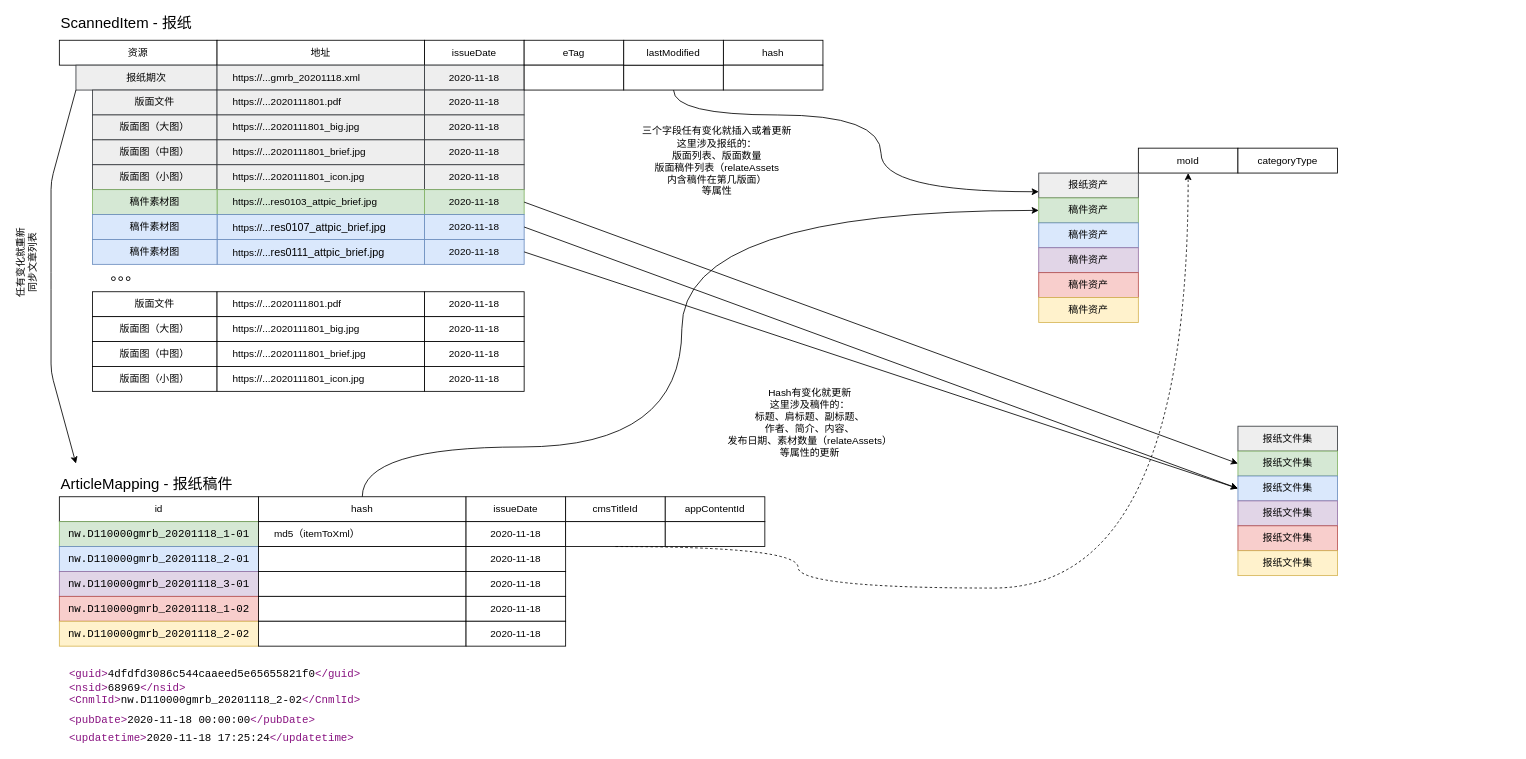
The draw.io diagram Untitled Diagram.drawio in soonwait/tttt, before the edit. Source tidied: cells renumbered, new cells numbered last; positions are measured from the earlier drawing's top-left corner, leaving out a move shared by most shapes. Both pictures are drawn from the tidied source at 83%, with x=0, y=0 at pixel (51, 15).
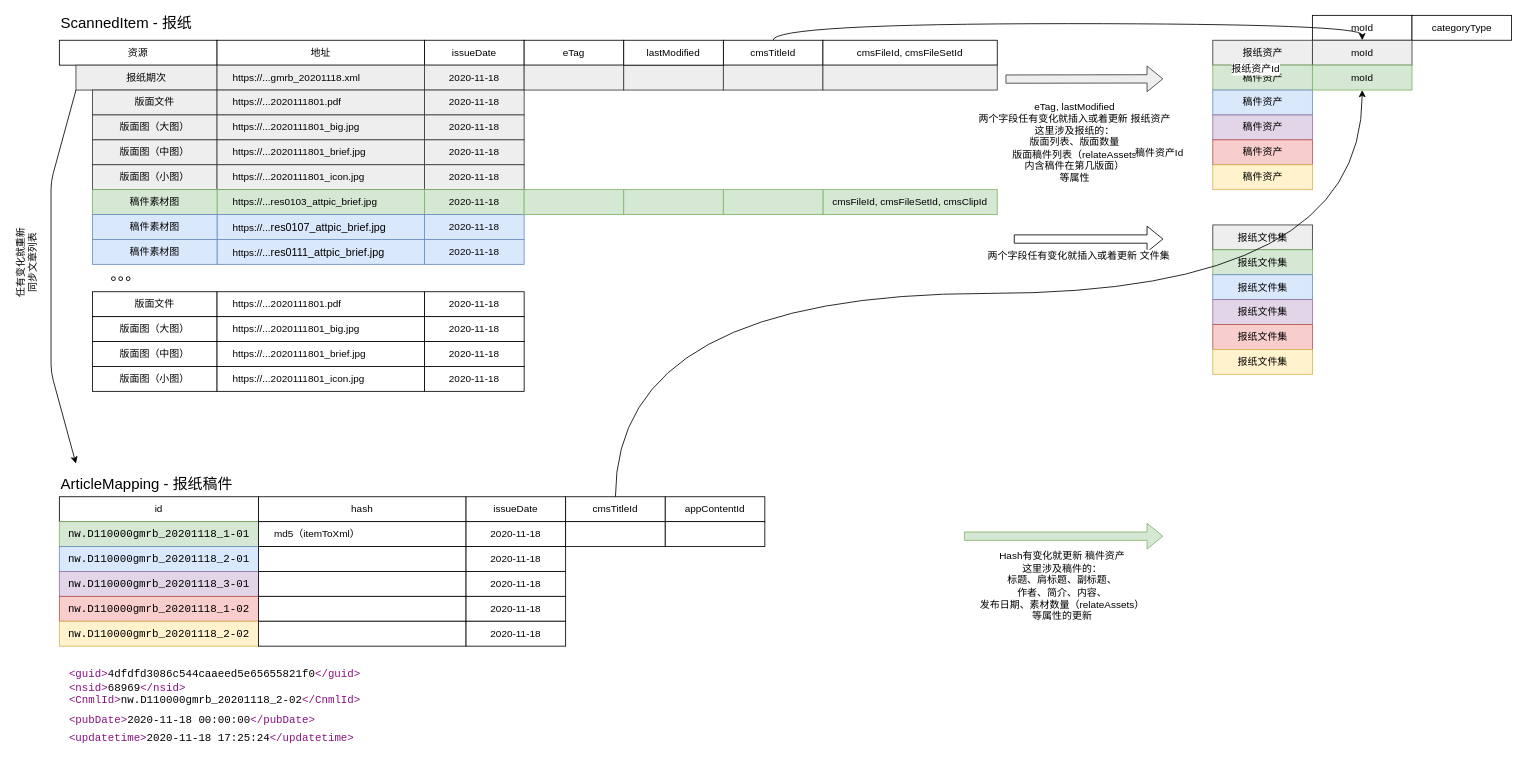
The same page after the edit.

The change refers to these unchanged cells:
```xml
<mxCell id="37" value="hash" style="rounded=0;whiteSpace=wrap;html=1;" parent="1" vertex="1">
  <mxGeometry x="250" y="580" width="250" height="30" as="geometry" />
</mxCell>
<mxCell id="49" value="cmsTitleId" style="rounded=0;whiteSpace=wrap;html=1;fontFamily=Helvetica;fontSize=12;align=center;" parent="1" vertex="1">
  <mxGeometry x="620" y="580" width="120" height="30" as="geometry" />
</mxCell>
<mxCell id="51" style="rounded=0;whiteSpace=wrap;html=1;fontFamily=Helvetica;fontSize=12;align=center;" parent="1" vertex="1">
  <mxGeometry x="620" y="610" width="120" height="30" as="geometry" />
</mxCell>
<mxCell id="73" value="2020-11-18" style="rounded=0;whiteSpace=wrap;html=1;fontFamily=Helvetica;fontSize=12;align=center;labelBackgroundColor=none;fillColor=#d5e8d4;strokeColor=#82b366;" parent="1" vertex="1">
  <mxGeometry x="450" y="210" width="120" height="30" as="geometry" />
</mxCell>
<mxCell id="78" value="2020-11-18" style="rounded=0;whiteSpace=wrap;html=1;fontFamily=Helvetica;fontSize=12;align=center;fillColor=#dae8fc;strokeColor=#6c8ebf;" parent="1" vertex="1">
  <mxGeometry x="450" y="240" width="120" height="30" as="geometry" />
</mxCell>
<mxCell id="79" value="2020-11-18" style="rounded=0;whiteSpace=wrap;html=1;fontFamily=Helvetica;fontSize=12;align=center;fillColor=#dae8fc;strokeColor=#6c8ebf;" parent="1" vertex="1">
  <mxGeometry x="450" y="270" width="120" height="30" as="geometry" />
</mxCell>
```

Change to the diagram source:
```diff
@@
-    <mxCell id="21" value="hash" style="rounded=0;whiteSpace=wrap;html=1;fontFamily=Helvetica;fontSize=12;align=center;" parent="1" vertex="1">
+    <mxCell id="21" value="cmsTitleId" style="rounded=0;whiteSpace=wrap;html=1;fontFamily=Helvetica;fontSize=12;align=center;" parent="1" vertex="1">
       <mxGeometry x="810" y="30" width="120" height="30" as="geometry" />
     </mxCell>
     <mxCell id="22" value="moId" style="rounded=0;whiteSpace=wrap;html=1;fontFamily=Helvetica;fontSize=12;align=center;" parent="1" vertex="1">
-      <mxGeometry x="1310" y="160" width="120" height="30" as="geometry" />
+      <mxGeometry x="1519.7" width="120" height="30" as="geometry" />
     </mxCell>
     <mxCell id="23" value="报纸资产" style="rounded=0;whiteSpace=wrap;html=1;fontFamily=Helvetica;fontSize=12;align=center;fillColor=#eeeeee;strokeColor=#36393d;" parent="1" vertex="1">
-      <mxGeometry x="1190" y="190" width="120" height="30" as="geometry" />
+      <mxGeometry x="1399.7" y="30" width="120" height="30" as="geometry" />
     </mxCell>
     <mxCell id="24" value="categoryType" style="rounded=0;whiteSpace=wrap;html=1;fontFamily=Helvetica;fontSize=12;align=center;" parent="1" vertex="1">
-      <mxGeometry x="1430" y="160" width="120" height="30" as="geometry" />
+      <mxGeometry x="1639.7" width="120" height="30" as="geometry" />
     </mxCell>
-    <mxCell id="25" style="rounded=0;whiteSpace=wrap;html=1;fontFamily=Helvetica;fontSize=12;align=center;" parent="1" vertex="1">
+    <mxCell id="25" style="rounded=0;whiteSpace=wrap;html=1;fontFamily=Helvetica;fontSize=12;align=center;fillColor=#eeeeee;strokeColor=#36393d;" parent="1" vertex="1">
       <mxGeometry x="570" y="60" width="120" height="30" as="geometry" />
     </mxCell>
-    <mxCell id="26" style="edgeStyle=orthogonalEdgeStyle;rounded=0;jettySize=auto;html=1;entryX=0;entryY=0.75;entryDx=0;entryDy=0;fontFamily=Helvetica;fontSize=12;curved=1;" parent="1" edge="1" source="28" target="23">
-      <mxGeometry relative="1" as="geometry">
-        <Array as="points">
-          <mxPoint x="750" y="120" />
-          <mxPoint x="1000" y="120" />
-        </Array>
-      </mxGeometry>
-    </mxCell>
-    <mxCell id="27" value="三个字段任有变化就插入或着更新&lt;br&gt;这里涉及报纸的：&lt;br&gt;版面列表、版面数量&lt;br&gt;版面稿件列表（relateAssets&lt;br&gt;内含稿件在第几版面）&lt;br&gt;等属性" style="edgeLabel;html=1;align=center;verticalAlign=middle;fontSize=12;fontFamily=Helvetica;" parent="26" vertex="1">
-      <mxGeometry x="-0.24" y="-1" relative="1" as="geometry">
-        <mxPoint x="-132.9" y="54" as="offset" />
-      </mxGeometry>
-    </mxCell>
-    <mxCell id="28" style="rounded=0;whiteSpace=wrap;html=1;fontFamily=Helvetica;fontSize=12;align=center;" parent="1" vertex="1">
+    <mxCell id="28" style="rounded=0;whiteSpace=wrap;html=1;fontFamily=Helvetica;fontSize=12;align=center;fillColor=#eeeeee;strokeColor=#36393d;" parent="1" vertex="1">
       <mxGeometry x="690" y="60" width="120" height="30" as="geometry" />
     </mxCell>
     <mxCell id="29" value="报纸文件集" style="rounded=0;whiteSpace=wrap;html=1;fontFamily=Helvetica;fontSize=12;align=center;fillColor=#eeeeee;strokeColor=#36393d;" parent="1" vertex="1">
-      <mxGeometry x="1430" y="495" width="120" height="30" as="geometry" />
+      <mxGeometry x="1399.7" y="252.5" width="120" height="30" as="geometry" />
     </mxCell>
@@
-    <mxCell id="54" style="rounded=0;whiteSpace=wrap;html=1;fontFamily=Helvetica;fontSize=12;align=center;" parent="1" vertex="1">
+    <mxCell id="54" style="rounded=0;whiteSpace=wrap;html=1;fontFamily=Helvetica;fontSize=12;align=center;fillColor=#eeeeee;strokeColor=#36393d;" parent="1" vertex="1">
       <mxGeometry x="810" y="60" width="120" height="30" as="geometry" />
     </mxCell>
@@
     <mxCell id="80" value="稿件资产" style="rounded=0;whiteSpace=wrap;html=1;fontFamily=Helvetica;fontSize=12;align=center;fillColor=#d5e8d4;strokeColor=#82b366;" parent="1" vertex="1">
-      <mxGeometry x="1190" y="220" width="120" height="30" as="geometry" />
+      <mxGeometry x="1399.7" y="60" width="120" height="30" as="geometry" />
     </mxCell>
     <mxCell id="81" value="稿件资产" style="rounded=0;whiteSpace=wrap;html=1;fontFamily=Helvetica;fontSize=12;align=center;fillColor=#dae8fc;strokeColor=#6c8ebf;" parent="1" vertex="1">
-      <mxGeometry x="1190" y="250" width="120" height="30" as="geometry" />
+      <mxGeometry x="1399.7" y="90" width="120" height="30" as="geometry" />
     </mxCell>
     <mxCell id="82" value="稿件资产" style="rounded=0;whiteSpace=wrap;html=1;fontFamily=Helvetica;fontSize=12;align=center;fillColor=#e1d5e7;strokeColor=#9673a6;" parent="1" vertex="1">
-      <mxGeometry x="1190" y="280" width="120" height="30" as="geometry" />
+      <mxGeometry x="1399.7" y="120" width="120" height="30" as="geometry" />
     </mxCell>
     <mxCell id="83" value="稿件资产" style="rounded=0;whiteSpace=wrap;html=1;fontFamily=Helvetica;fontSize=12;align=center;fillColor=#f8cecc;strokeColor=#b85450;" parent="1" vertex="1">
-      <mxGeometry x="1190" y="310" width="120" height="30" as="geometry" />
+      <mxGeometry x="1399.7" y="150" width="120" height="30" as="geometry" />
     </mxCell>
     <mxCell id="84" value="稿件资产" style="rounded=0;whiteSpace=wrap;html=1;fontFamily=Helvetica;fontSize=12;align=center;fillColor=#fff2cc;strokeColor=#d6b656;" parent="1" vertex="1">
-      <mxGeometry x="1190" y="340" width="120" height="30" as="geometry" />
+      <mxGeometry x="1399.7" y="180" width="120" height="30" as="geometry" />
     </mxCell>
-    <mxCell id="85" style="endArrow=classic;html=1;fontFamily=Helvetica;fontSize=12;entryX=0;entryY=0.5;entryDx=0;entryDy=0;exitX=0.5;exitY=0;exitDx=0;exitDy=0;edgeStyle=orthogonalEdgeStyle;curved=1;" parent="1" edge="1" source="37" target="80">
-      <mxGeometry relative="1" as="geometry">
-        <Array as="points">
-          <mxPoint x="375" y="520" />
-          <mxPoint x="760" y="520" />
-          <mxPoint x="760" y="235" />
-        </Array>
-      </mxGeometry>
-    </mxCell>
-    <mxCell id="86" value="Hash有变化就更新&lt;br&gt;这里涉及稿件的：&lt;br&gt;标题、肩标题、副标题、&lt;br&gt;作者、简介、内容、&lt;br&gt;发布日期、素材数量（relateAssets）&lt;br&gt;等属性的更新" style="edgeLabel;align=center;verticalAlign=middle;fontSize=12;fontFamily=Helvetica;html=1;" parent="85" vertex="1">
-      <mxGeometry x="0.5" y="-10" relative="1" as="geometry">
-        <mxPoint x="13.5" y="245" as="offset" />
-      </mxGeometry>
-    </mxCell>
     <mxCell id="87" value="报纸文件集" style="rounded=0;whiteSpace=wrap;html=1;fontFamily=Helvetica;fontSize=12;align=center;fillColor=#d5e8d4;strokeColor=#82b366;" parent="1" vertex="1">
-      <mxGeometry x="1430" y="525" width="120" height="30" as="geometry" />
+      <mxGeometry x="1399.7" y="282.5" width="120" height="30" as="geometry" />
     </mxCell>
     <mxCell id="88" value="报纸文件集" style="rounded=0;whiteSpace=wrap;html=1;fontFamily=Helvetica;fontSize=12;align=center;fillColor=#dae8fc;strokeColor=#6c8ebf;" parent="1" vertex="1">
-      <mxGeometry x="1430" y="555" width="120" height="30" as="geometry" />
+      <mxGeometry x="1399.7" y="312.5" width="120" height="30" as="geometry" />
     </mxCell>
     <mxCell id="89" value="报纸文件集" style="rounded=0;whiteSpace=wrap;html=1;fontFamily=Helvetica;fontSize=12;align=center;fillColor=#e1d5e7;strokeColor=#9673a6;" parent="1" vertex="1">
-      <mxGeometry x="1430" y="585" width="120" height="30" as="geometry" />
+      <mxGeometry x="1399.7" y="342.5" width="120" height="30" as="geometry" />
     </mxCell>
     <mxCell id="90" value="报纸文件集" style="rounded=0;whiteSpace=wrap;html=1;fontFamily=Helvetica;fontSize=12;align=center;fillColor=#f8cecc;strokeColor=#b85450;" parent="1" vertex="1">
-      <mxGeometry x="1430" y="615" width="120" height="30" as="geometry" />
+      <mxGeometry x="1399.7" y="372.5" width="120" height="30" as="geometry" />
     </mxCell>
     <mxCell id="91" value="报纸文件集" style="rounded=0;whiteSpace=wrap;html=1;fontFamily=Helvetica;fontSize=12;align=center;fillColor=#fff2cc;strokeColor=#d6b656;" parent="1" vertex="1">
-      <mxGeometry x="1430" y="645" width="120" height="30" as="geometry" />
+      <mxGeometry x="1399.7" y="402.5" width="120" height="30" as="geometry" />
     </mxCell>
-    <mxCell id="92" style="endArrow=classic;html=1;fontFamily=Helvetica;fontSize=12;entryX=0;entryY=0.5;entryDx=0;entryDy=0;exitX=1;exitY=0.5;exitDx=0;exitDy=0;" parent="1" edge="1" source="73" target="87">
-      <mxGeometry relative="1" as="geometry" />
-    </mxCell>
-    <mxCell id="93" style="endArrow=classic;html=1;fontFamily=Helvetica;fontSize=12;exitX=1;exitY=0.5;exitDx=0;exitDy=0;entryX=0;entryY=0.5;entryDx=0;entryDy=0;" parent="1" edge="1" source="78" target="88">
-      <mxGeometry relative="1" as="geometry" />
-    </mxCell>
-    <mxCell id="94" style="endArrow=classic;html=1;fontFamily=Helvetica;fontSize=12;exitX=1;exitY=0.5;exitDx=0;exitDy=0;entryX=0;entryY=0.5;entryDx=0;entryDy=0;" parent="1" edge="1" source="79" target="88">
-      <mxGeometry relative="1" as="geometry" />
-    </mxCell>
@@
-    <mxCell id="97" style="endArrow=classic;html=1;fontFamily=Helvetica;fontSize=12;exitX=0.5;exitY=1;exitDx=0;exitDy=0;entryX=0.5;entryY=1;entryDx=0;entryDy=0;edgeStyle=orthogonalEdgeStyle;curved=1;dashed=1;" parent="1" edge="1" source="51" target="22">
-      <mxGeometry relative="1" as="geometry">
-        <Array as="points">
-          <mxPoint x="900" y="690" />
-          <mxPoint x="1370" y="690" />
-        </Array>
-      </mxGeometry>
-    </mxCell>
+    <mxCell id="98" style="shape=flexArrow;endArrow=classic;html=1;fontFamily=Helvetica;fontSize=12;fillColor=#d5e8d4;strokeColor=#82b366;" parent="1" edge="1">
+      <mxGeometry relative="1" as="geometry">
+        <mxPoint x="1100" y="627.5" as="sourcePoint" />
+        <mxPoint x="1340" y="627.5" as="targetPoint" />
+      </mxGeometry>
+    </mxCell>
+    <mxCell id="99" value="Hash有变化就更新 稿件资产&lt;br&gt;这里涉及稿件的：&lt;br&gt;标题、肩标题、副标题、&lt;br&gt;作者、简介、内容、&lt;br&gt;发布日期、素材数量（relateAssets）&lt;br&gt;等属性的更新" style="edgeLabel;html=1;align=center;verticalAlign=middle;fontSize=12;fontFamily=Helvetica;" parent="98" vertex="1">
+      <mxGeometry x="-0.14" y="2" relative="1" as="geometry">
+        <mxPoint x="14.3" y="62" as="offset" />
+      </mxGeometry>
+    </mxCell>
+    <mxCell id="100" value="eTag, lastModified&lt;br&gt;两个字段任有变化就插入或着更新 报纸资产&lt;br&gt;这里涉及报纸的：&lt;br&gt;版面列表、版面数量&lt;br&gt;版面稿件列表（relateAssets&lt;br&gt;内含稿件在第几版面）&lt;br&gt;等属性" style="shape=flexArrow;endArrow=classic;html=1;fontFamily=Helvetica;fontSize=12;fillColor=#eeeeee;strokeColor=#36393d;" parent="1" edge="1">
+      <mxGeometry x="-0.13" y="-76" relative="1" as="geometry">
+        <mxPoint x="1150" y="76.8" as="sourcePoint" />
+        <mxPoint x="1340" y="76.5" as="targetPoint" />
+      </mxGeometry>
+    </mxCell>
+    <mxCell id="101" value="两个字段任有变化就插入或着更新 文件集" style="shape=flexArrow;endArrow=classic;html=1;fontFamily=Helvetica;fontSize=12;" parent="1" edge="1">
+      <mxGeometry x="-0.13" y="-20" relative="1" as="geometry">
+        <mxPoint x="1160" y="269.5" as="sourcePoint" />
+        <mxPoint x="1340" y="269.5" as="targetPoint" />
+      </mxGeometry>
+    </mxCell>
+    <mxCell id="102" value="moId" style="rounded=0;whiteSpace=wrap;html=1;fontFamily=Helvetica;fontSize=12;align=center;fillColor=#eeeeee;strokeColor=#36393d;" parent="1" vertex="1">
+      <mxGeometry x="1519.7" y="30" width="120" height="30" as="geometry" />
+    </mxCell>
+    <mxCell id="103" value="moId" style="rounded=0;whiteSpace=wrap;html=1;fontFamily=Helvetica;fontSize=12;align=center;fillColor=#d5e8d4;strokeColor=#82b366;" parent="1" vertex="1">
+      <mxGeometry x="1519.7" y="60" width="120" height="30" as="geometry" />
+    </mxCell>
+    <mxCell id="104" style="edgeStyle=orthogonalEdgeStyle;curved=1;rounded=0;jettySize=auto;html=1;exitX=0.5;exitY=0;exitDx=0;exitDy=0;fontFamily=Helvetica;fontSize=12;entryX=0.5;entryY=0;entryDx=0;entryDy=0;" parent="1" edge="1" source="21" target="102">
+      <mxGeometry relative="1" as="geometry" />
+    </mxCell>
+    <mxCell id="105" value="报纸资产Id" style="edgeLabel;html=1;align=center;verticalAlign=middle;fontSize=12;fontFamily=Helvetica;" parent="104" vertex="1">
+      <mxGeometry x="0.6" y="-54" relative="1" as="geometry" />
+    </mxCell>
+    <mxCell id="106" style="edgeStyle=orthogonalEdgeStyle;curved=1;rounded=0;jettySize=auto;html=1;exitX=0.5;exitY=0;exitDx=0;exitDy=0;fontFamily=Helvetica;fontSize=12;entryX=0.5;entryY=1;entryDx=0;entryDy=0;" parent="1" edge="1" source="49" target="103">
+      <mxGeometry relative="1" as="geometry" />
+    </mxCell>
+    <mxCell id="107" value="稿件资产Id" style="edgeLabel;html=1;align=center;verticalAlign=middle;fontSize=12;fontFamily=Helvetica;" parent="106" vertex="1">
+      <mxGeometry x="0.28" y="7" relative="1" as="geometry">
+        <mxPoint x="10.7" y="-162.5" as="offset" />
+      </mxGeometry>
+    </mxCell>
+    <mxCell id="108" value="cmsFileId, cmsFileSetId" style="rounded=0;whiteSpace=wrap;html=1;fontFamily=Helvetica;fontSize=12;align=center;" parent="1" vertex="1">
+      <mxGeometry x="930" y="30" width="210" height="30" as="geometry" />
+    </mxCell>
+    <mxCell id="109" value="cmsFileId, cmsFileSetId, cmsClipId" style="rounded=0;whiteSpace=wrap;html=1;fontFamily=Helvetica;fontSize=12;align=center;fillColor=#d5e8d4;strokeColor=#82b366;" parent="1" vertex="1">
+      <mxGeometry x="930" y="210" width="210" height="30" as="geometry" />
+    </mxCell>
+    <mxCell id="110" style="rounded=0;whiteSpace=wrap;html=1;fontFamily=Helvetica;fontSize=12;align=center;fillColor=#eeeeee;strokeColor=#36393d;" parent="1" vertex="1">
+      <mxGeometry x="930" y="60" width="210" height="30" as="geometry" />
+    </mxCell>
+    <mxCell id="111" style="rounded=0;whiteSpace=wrap;html=1;fontFamily=Helvetica;fontSize=12;align=center;fillColor=#d5e8d4;strokeColor=#82b366;" parent="1" vertex="1">
+      <mxGeometry x="570" y="210" width="120" height="30" as="geometry" />
+    </mxCell>
+    <mxCell id="112" style="rounded=0;whiteSpace=wrap;html=1;fontFamily=Helvetica;fontSize=12;align=center;fillColor=#d5e8d4;strokeColor=#82b366;" parent="1" vertex="1">
+      <mxGeometry x="690" y="210" width="120" height="30" as="geometry" />
+    </mxCell>
+    <mxCell id="113" style="rounded=0;whiteSpace=wrap;html=1;fontFamily=Helvetica;fontSize=12;align=center;fillColor=#d5e8d4;strokeColor=#82b366;" parent="1" vertex="1">
+      <mxGeometry x="810" y="210" width="120" height="30" as="geometry" />
+    </mxCell>
```
